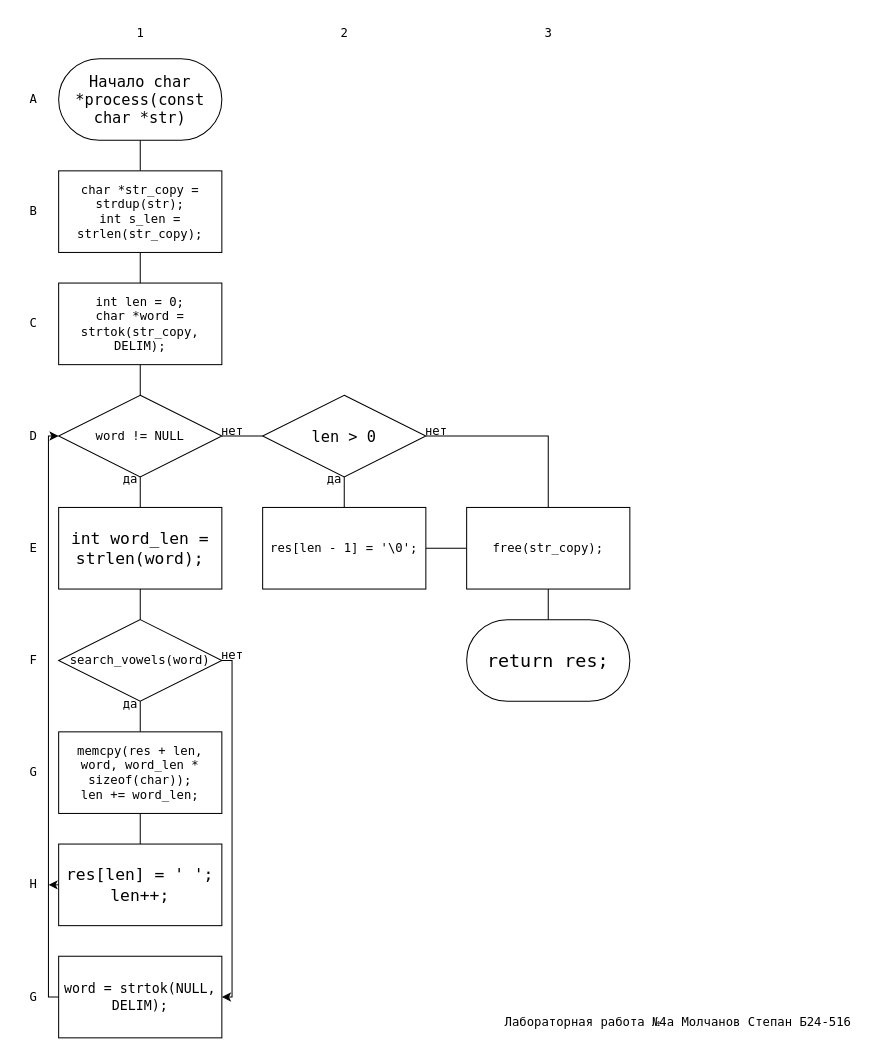
Earlier version of the draw.io diagram page "process" (2 of 9) of lab4/flowchartA.drawio (molchanov71/MEPhIflowcharts). Source tidied: cells renumbered, new cells numbered last; positions are measured from the earlier drawing's top-left corner, leaving out a move shared by most shapes. Both pictures are drawn from the tidied source at 102%, with x=0, y=0 at pixel (17, 17).
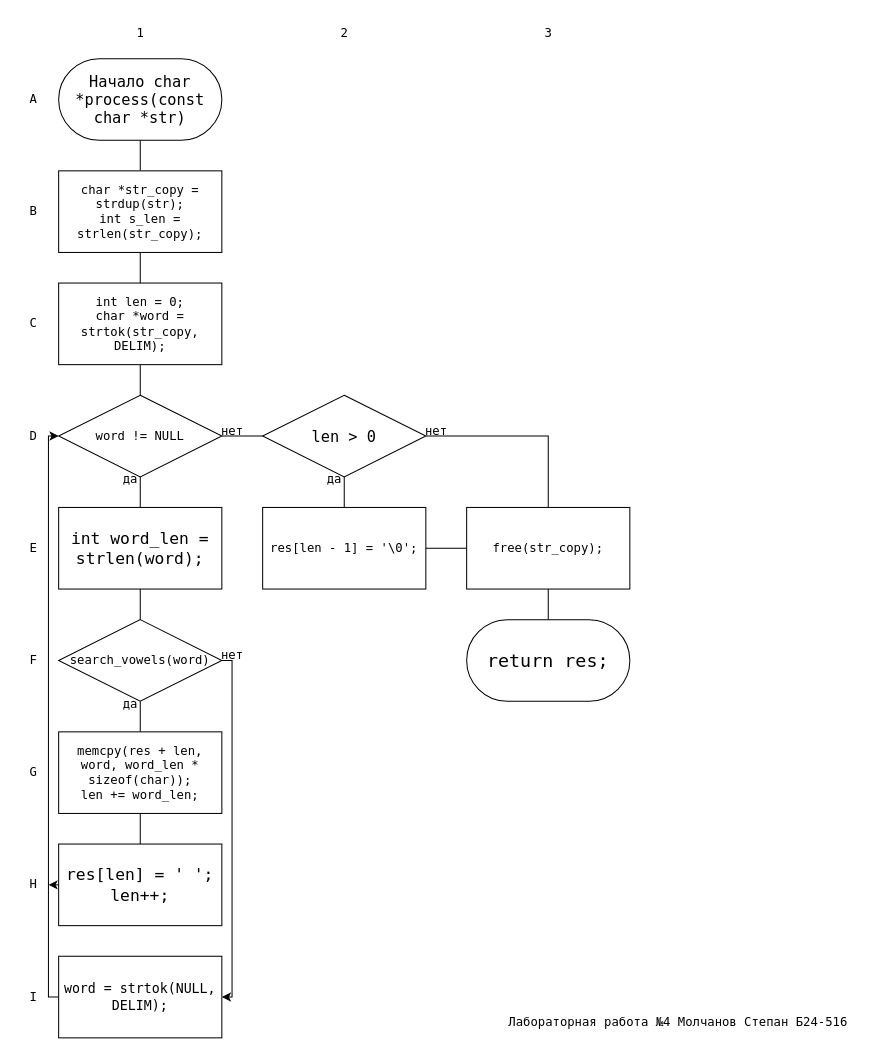
The same diagram, later.

Diff of the diagram source:
```diff
@@
-    <mxCell id="46" value="&lt;font face=&quot;Lucida Console&quot;&gt;G&lt;/font&gt;" style="text;html=1;align=center;verticalAlign=middle;strokeColor=none;fillColor=none;" parent="1" vertex="1">
+    <mxCell id="46" value="&lt;font face=&quot;Lucida Console&quot;&gt;I&lt;/font&gt;" style="text;html=1;align=center;verticalAlign=middle;strokeColor=none;fillColor=none;" parent="1" vertex="1">
       <mxGeometry y="945" width="30" height="30" as="geometry" />
     </mxCell>
@@
-    <mxCell id="48" value="&lt;font face=&quot;Lucida Console&quot;&gt;Лабораторная работа №4а Молчанов Степан Б24-516&lt;/font&gt;" style="text;html=1;align=center;verticalAlign=middle;strokeColor=none;fillColor=none;" parent="1" vertex="1">
+    <mxCell id="48" value="&lt;font face=&quot;Lucida Console&quot;&gt;Лабораторная работа №4 Молчанов Степан Б24-516&lt;/font&gt;" style="text;html=1;align=center;verticalAlign=middle;strokeColor=none;fillColor=none;" parent="1" vertex="1">
       <mxGeometry x="467" y="970" width="360" height="30" as="geometry" />
     </mxCell>
```
